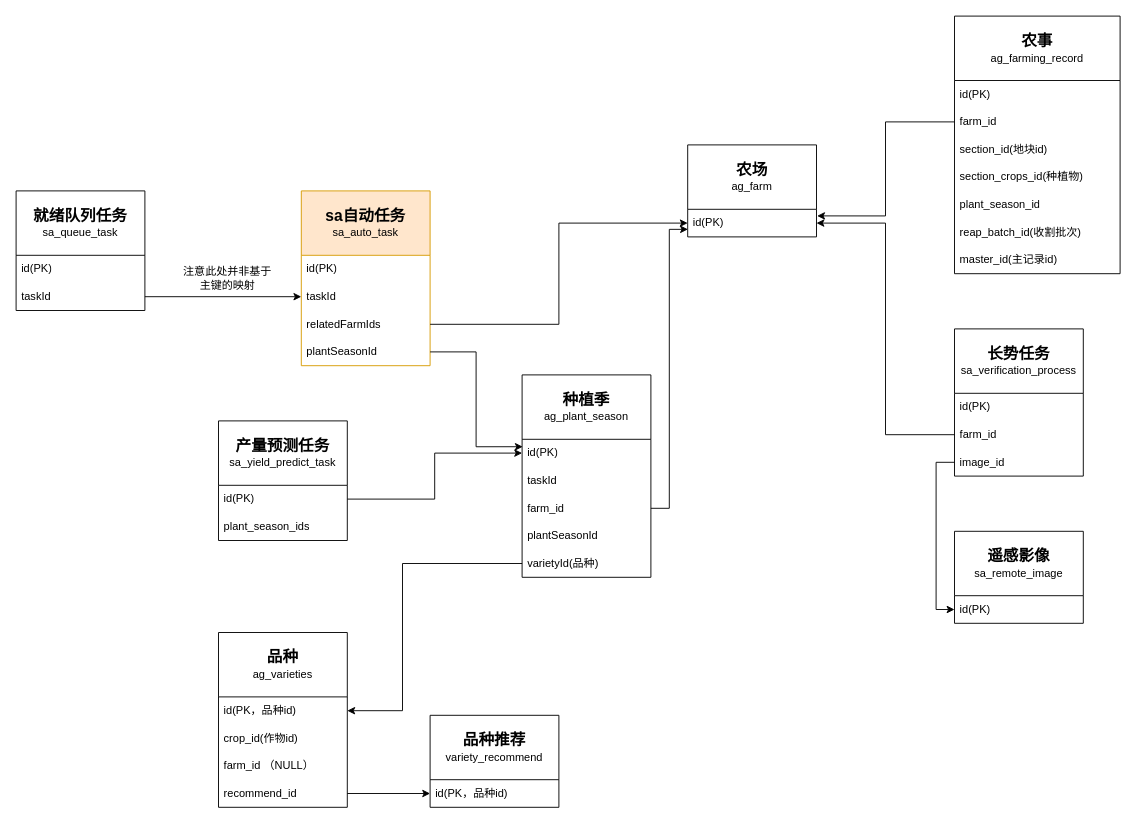
RK-JD/DrawIO keeps this draw.io diagram as 数据库关系.drawio. Above is the earlier version. Source tidied: cells renumbered, new cells numbered last; positions are measured from the earlier drawing's top-left corner, leaving out a move shared by most shapes. Both pictures are drawn from the tidied source at 92%, with x=0, y=0 at pixel (16, 16).
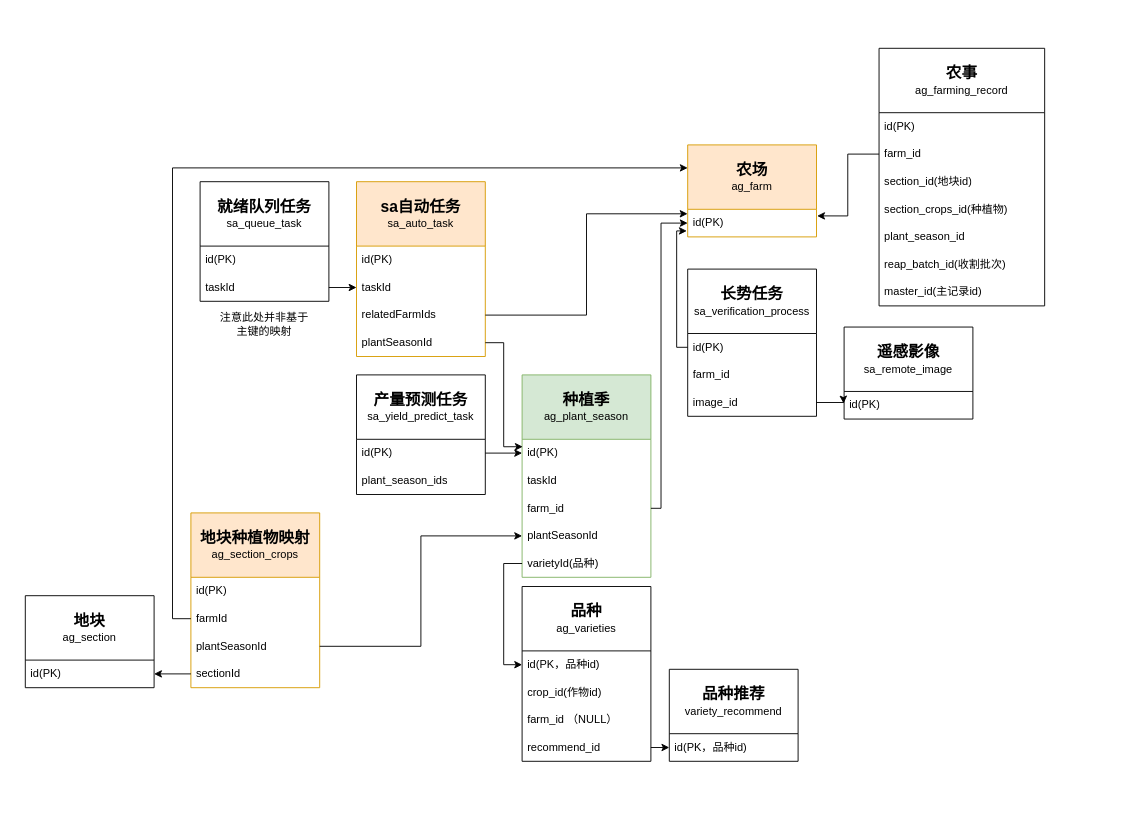
The same page after the edit.

Commit message:
更新数据库关系.drawio

The change refers to these unchanged cells:
```xml
<mxCell id="5" value="relatedFarmId&lt;span style=&quot;background-color: initial;&quot;&gt;s&lt;/span&gt;" style="text;strokeColor=none;fillColor=none;align=left;verticalAlign=middle;spacingLeft=4;spacingRight=4;overflow=hidden;points=[[0,0.5],[1,0.5]];portConstraint=eastwest;whiteSpace=wrap;html=1;" parent="2" vertex="1">
  <mxGeometry y="130" width="140" height="30" as="geometry" />
</mxCell>
<mxCell id="8" value="id(PK)" style="text;strokeColor=none;fillColor=none;align=left;verticalAlign=middle;spacingLeft=4;spacingRight=4;overflow=hidden;points=[[0,0.5],[1,0.5]];portConstraint=eastwest;whiteSpace=wrap;html=1;" parent="7" vertex="1">
  <mxGeometry y="70" width="140" height="30" as="geometry" />
</mxCell>
<mxCell id="24" value="id(PK)" style="text;strokeColor=none;fillColor=none;align=left;verticalAlign=middle;spacingLeft=4;spacingRight=4;overflow=hidden;points=[[0,0.5],[1,0.5]];portConstraint=eastwest;whiteSpace=wrap;html=1;" parent="23" vertex="1">
  <mxGeometry y="70" width="140" height="30" as="geometry" />
</mxCell>
<mxCell id="29" value="farm_id&amp;nbsp;" style="text;strokeColor=none;fillColor=none;align=left;verticalAlign=middle;spacingLeft=4;spacingRight=4;overflow=hidden;points=[[0,0.5],[1,0.5]];portConstraint=eastwest;whiteSpace=wrap;html=1;" parent="26" vertex="1">
  <mxGeometry y="130" width="140" height="30" as="geometry" />
</mxCell>
<mxCell id="30" value="plantSeasonId" style="text;strokeColor=none;fillColor=none;align=left;verticalAlign=middle;spacingLeft=4;spacingRight=4;overflow=hidden;points=[[0,0.5],[1,0.5]];portConstraint=eastwest;whiteSpace=wrap;html=1;" parent="26" vertex="1">
  <mxGeometry y="160" width="140" height="30" as="geometry" />
</mxCell>
<mxCell id="31" value="varietyId(品种)" style="text;strokeColor=none;fillColor=none;align=left;verticalAlign=middle;spacingLeft=4;spacingRight=4;overflow=hidden;points=[[0,0.5],[1,0.5]];portConstraint=eastwest;whiteSpace=wrap;html=1;" parent="26" vertex="1">
  <mxGeometry y="190" width="140" height="30" as="geometry" />
</mxCell>
<mxCell id="35" value="id(PK)" style="text;strokeColor=none;fillColor=none;align=left;verticalAlign=middle;spacingLeft=4;spacingRight=4;overflow=hidden;points=[[0,0.5],[1,0.5]];portConstraint=eastwest;whiteSpace=wrap;html=1;" parent="34" vertex="1">
  <mxGeometry y="70" width="140" height="30" as="geometry" />
</mxCell>
<mxCell id="36" value="farm_id" style="text;strokeColor=none;fillColor=none;align=left;verticalAlign=middle;spacingLeft=4;spacingRight=4;overflow=hidden;points=[[0,0.5],[1,0.5]];portConstraint=eastwest;whiteSpace=wrap;html=1;" parent="34" vertex="1">
  <mxGeometry y="100" width="140" height="30" as="geometry" />
</mxCell>
<mxCell id="37" value="image_id" style="text;strokeColor=none;fillColor=none;align=left;verticalAlign=middle;spacingLeft=4;spacingRight=4;overflow=hidden;points=[[0,0.5],[1,0.5]];portConstraint=eastwest;whiteSpace=wrap;html=1;" parent="34" vertex="1">
  <mxGeometry y="130" width="140" height="30" as="geometry" />
</mxCell>
<mxCell id="45" value="id(PK，品种id)" style="text;strokeColor=none;fillColor=none;align=left;verticalAlign=middle;spacingLeft=4;spacingRight=4;overflow=hidden;points=[[0,0.5],[1,0.5]];portConstraint=eastwest;whiteSpace=wrap;html=1;" parent="44" vertex="1">
  <mxGeometry y="70" width="140" height="30" as="geometry" />
</mxCell>
```

Change to the diagram source:
```diff
@@
     <mxCell id="2" value="&lt;b&gt;&lt;font style=&quot;font-size: 17px;&quot;&gt;sa自动任务&lt;/font&gt;&lt;/b&gt;&lt;div&gt;sa_auto_task&lt;/div&gt;" style="swimlane;fontStyle=0;horizontal=1;startSize=70;whiteSpace=wrap;html=1;fillColor=#ffe6cc;strokeColor=#d79b00;" parent="1" vertex="1">
-      <mxGeometry x="310" y="190" width="140" height="190" as="geometry" />
+      <mxGeometry x="370" y="180" width="140" height="190" as="geometry" />
     </mxCell>
@@
     <mxCell id="7" value="&lt;b&gt;&lt;font style=&quot;font-size: 17px;&quot;&gt;遥感影像&lt;/font&gt;&lt;/b&gt;&lt;div&gt;sa_remote_image&lt;/div&gt;" style="swimlane;fontStyle=0;horizontal=1;startSize=70;whiteSpace=wrap;html=1;" parent="1" vertex="1">
-      <mxGeometry x="1020" y="560" width="140" height="100" as="geometry" />
+      <mxGeometry x="900" y="338" width="140" height="100" as="geometry" />
     </mxCell>
@@
     <mxCell id="9" value="&lt;font style=&quot;font-size: 17px;&quot;&gt;&lt;b&gt;就绪队列任务&lt;/b&gt;&lt;/font&gt;&lt;div&gt;sa_queue_task&lt;/div&gt;" style="swimlane;fontStyle=0;horizontal=1;startSize=70;whiteSpace=wrap;html=1;" parent="1" vertex="1">
-      <mxGeometry y="190" width="140" height="130" as="geometry" />
+      <mxGeometry x="200" y="180" width="140" height="130" as="geometry" />
     </mxCell>
@@
     <mxCell id="12" value="&lt;div&gt;&lt;b&gt;&lt;font style=&quot;font-size: 17px;&quot;&gt;农事&lt;/font&gt;&lt;/b&gt;&lt;/div&gt;&lt;div&gt;&lt;span style=&quot;text-align: left;&quot;&gt;ag_farming_record&lt;/span&gt;&lt;br&gt;&lt;/div&gt;" style="swimlane;fontStyle=0;horizontal=1;startSize=70;whiteSpace=wrap;html=1;" parent="1" vertex="1">
-      <mxGeometry x="1020" width="180" height="280" as="geometry" />
+      <mxGeometry x="938" y="35" width="180" height="280" as="geometry" />
     </mxCell>
@@
     <mxCell id="20" value="&lt;b&gt;&lt;font style=&quot;font-size: 17px;&quot;&gt;产量预测任务&lt;/font&gt;&lt;/b&gt;&lt;div&gt;&lt;span style=&quot;text-align: left;&quot;&gt;sa_yield_predict_task&lt;/span&gt;&lt;br&gt;&lt;/div&gt;" style="swimlane;fontStyle=0;horizontal=1;startSize=70;whiteSpace=wrap;html=1;" parent="1" vertex="1">
-      <mxGeometry x="220" y="440" width="140" height="130" as="geometry" />
+      <mxGeometry x="370" y="390" width="140" height="130" as="geometry" />
     </mxCell>
@@
-    <mxCell id="23" value="&lt;span style=&quot;font-size: 17px;&quot;&gt;&lt;b&gt;农场&lt;/b&gt;&lt;/span&gt;&lt;br&gt;&lt;div&gt;ag_farm&lt;/div&gt;" style="swimlane;fontStyle=0;horizontal=1;startSize=70;whiteSpace=wrap;html=1;" parent="1" vertex="1">
+    <mxCell id="23" value="&lt;span style=&quot;font-size: 17px;&quot;&gt;&lt;b&gt;农场&lt;/b&gt;&lt;/span&gt;&lt;br&gt;&lt;div&gt;ag_farm&lt;/div&gt;" style="swimlane;fontStyle=0;horizontal=1;startSize=70;whiteSpace=wrap;html=1;fillColor=#ffe6cc;strokeColor=#d79b00;" parent="1" vertex="1">
       <mxGeometry x="730" y="140" width="140" height="100" as="geometry" />
     </mxCell>
@@
-    <mxCell id="25" style="edgeStyle=orthogonalEdgeStyle;rounded=0;jettySize=auto;html=1;exitX=1;exitY=0.5;exitDx=0;exitDy=0;entryX=0;entryY=0.5;entryDx=0;entryDy=0;" parent="1" edge="1" source="5" target="24">
+    <mxCell id="25" style="edgeStyle=orthogonalEdgeStyle;rounded=0;jettySize=auto;html=1;exitX=1;exitY=0.5;exitDx=0;exitDy=0;entryX=-0.001;entryY=0.163;entryDx=0;entryDy=0;entryPerimeter=0;" parent="1" edge="1" source="5" target="24">
       <mxGeometry relative="1" as="geometry" />
     </mxCell>
-    <mxCell id="26" value="&lt;span style=&quot;font-size: 17px;&quot;&gt;&lt;b&gt;种植季&lt;/b&gt;&lt;/span&gt;&lt;br&gt;&lt;div&gt;ag_plant_season&lt;br&gt;&lt;/div&gt;" style="swimlane;fontStyle=0;horizontal=1;startSize=70;whiteSpace=wrap;html=1;" parent="1" vertex="1">
+    <mxCell id="26" value="&lt;span style=&quot;font-size: 17px;&quot;&gt;&lt;b&gt;种植季&lt;/b&gt;&lt;/span&gt;&lt;br&gt;&lt;div&gt;ag_plant_season&lt;br&gt;&lt;/div&gt;" style="swimlane;fontStyle=0;horizontal=1;startSize=70;whiteSpace=wrap;html=1;fillColor=#d5e8d4;strokeColor=#82b366;" parent="1" vertex="1">
       <mxGeometry x="550" y="390" width="140" height="220" as="geometry" />
     </mxCell>
@@
-    <mxCell id="33" style="edgeStyle=orthogonalEdgeStyle;rounded=0;jettySize=auto;html=1;exitX=1;exitY=0.5;exitDx=0;exitDy=0;entryX=0.002;entryY=0.726;entryDx=0;entryDy=0;entryPerimeter=0;" parent="1" edge="1" source="29" target="24">
-      <mxGeometry relative="1" as="geometry" />
+    <mxCell id="33" style="edgeStyle=orthogonalEdgeStyle;rounded=0;jettySize=auto;html=1;exitX=1;exitY=0.5;exitDx=0;exitDy=0;entryX=0;entryY=0.5;entryDx=0;entryDy=0;" parent="1" edge="1" source="29" target="24">
+      <mxGeometry relative="1" as="geometry">
+        <Array as="points">
+          <mxPoint x="701" y="535" />
+          <mxPoint x="701" y="225" />
+        </Array>
+      </mxGeometry>
     </mxCell>
     <mxCell id="34" value="&lt;span style=&quot;font-size: 17px;&quot;&gt;&lt;b&gt;长势任务&lt;/b&gt;&lt;/span&gt;&lt;br&gt;&lt;div&gt;&lt;span style=&quot;text-align: left;&quot;&gt;sa_verification_process&lt;/span&gt;&lt;br&gt;&lt;/div&gt;" style="swimlane;fontStyle=0;horizontal=1;startSize=70;whiteSpace=wrap;html=1;" parent="1" vertex="1">
-      <mxGeometry x="1020" y="340" width="140" height="160" as="geometry" />
+      <mxGeometry x="730" y="275" width="140" height="160" as="geometry" />
     </mxCell>
@@
-    <mxCell id="38" style="edgeStyle=orthogonalEdgeStyle;rounded=0;jettySize=auto;html=1;exitX=0;exitY=0.5;exitDx=0;exitDy=0;entryX=0;entryY=0.5;entryDx=0;entryDy=0;" parent="1" edge="1" source="37" target="8">
-      <mxGeometry relative="1" as="geometry" />
-    </mxCell>
@@
     <mxCell id="40" value="注意此处并非基于主键的映射" style="text;html=1;align=center;verticalAlign=middle;whiteSpace=wrap;rounded=0;" parent="1" vertex="1">
-      <mxGeometry x="180" y="270" width="100" height="30" as="geometry" />
+      <mxGeometry x="220" y="320" width="100" height="30" as="geometry" />
     </mxCell>
-    <mxCell id="41" style="edgeStyle=orthogonalEdgeStyle;rounded=0;jettySize=auto;html=1;exitX=0;exitY=0.5;exitDx=0;exitDy=0;entryX=1;entryY=0.5;entryDx=0;entryDy=0;" parent="1" edge="1" source="36" target="24">
-      <mxGeometry relative="1" as="geometry" />
-    </mxCell>
@@
     <mxCell id="44" value="&lt;span style=&quot;font-size: 17px;&quot;&gt;&lt;b&gt;品种&lt;/b&gt;&lt;/span&gt;&lt;br&gt;&lt;div&gt;ag_varieties&lt;br&gt;&lt;/div&gt;" style="swimlane;fontStyle=0;horizontal=1;startSize=70;whiteSpace=wrap;html=1;" parent="1" vertex="1">
-      <mxGeometry x="220" y="670" width="140" height="190" as="geometry" />
+      <mxGeometry x="550" y="620" width="140" height="190" as="geometry" />
     </mxCell>
@@
-    <mxCell id="49" style="edgeStyle=orthogonalEdgeStyle;rounded=0;jettySize=auto;html=1;exitX=0;exitY=0.5;exitDx=0;exitDy=0;entryX=1;entryY=0.5;entryDx=0;entryDy=0;" parent="1" edge="1" source="31" target="45">
-      <mxGeometry relative="1" as="geometry">
-        <Array as="points">
-          <mxPoint x="420" y="595" />
-          <mxPoint x="420" y="755" />
-        </Array>
-      </mxGeometry>
-    </mxCell>
     <mxCell id="50" value="&lt;span style=&quot;font-size: 17px;&quot;&gt;&lt;b&gt;品种推荐&lt;/b&gt;&lt;/span&gt;&lt;br&gt;&lt;div&gt;variety_&lt;span style=&quot;background-color: initial;&quot;&gt;reco&lt;/span&gt;&lt;span style=&quot;text-align: left; background-color: initial;&quot;&gt;m&lt;/span&gt;&lt;span style=&quot;text-align: left; background-color: initial;&quot;&gt;mend&lt;/span&gt;&lt;br&gt;&lt;/div&gt;" style="swimlane;fontStyle=0;horizontal=1;startSize=70;whiteSpace=wrap;html=1;" parent="1" vertex="1">
-      <mxGeometry x="450" y="760" width="140" height="100" as="geometry" />
+      <mxGeometry x="710" y="710" width="140" height="100" as="geometry" />
     </mxCell>
@@
+    <mxCell id="53" value="&lt;span style=&quot;font-size: 17px;&quot;&gt;&lt;b&gt;地块种植物映射&lt;/b&gt;&lt;/span&gt;&lt;br&gt;&lt;div&gt;ag_section_crops&lt;/div&gt;" style="swimlane;fontStyle=0;horizontal=1;startSize=70;whiteSpace=wrap;html=1;fillColor=#ffe6cc;strokeColor=#d79b00;" parent="1" vertex="1">
+      <mxGeometry x="190" y="540" width="140" height="190" as="geometry" />
+    </mxCell>
+    <mxCell id="54" value="id(PK)" style="text;strokeColor=none;fillColor=none;align=left;verticalAlign=middle;spacingLeft=4;spacingRight=4;overflow=hidden;whiteSpace=wrap;html=1;" parent="53" vertex="1">
+      <mxGeometry y="70" width="140" height="30" as="geometry" />
+    </mxCell>
+    <mxCell id="55" value="farmId" style="text;strokeColor=none;fillColor=none;align=left;verticalAlign=middle;spacingLeft=4;spacingRight=4;overflow=hidden;points=[[0,0.5],[1,0.5]];portConstraint=eastwest;whiteSpace=wrap;html=1;" parent="53" vertex="1">
+      <mxGeometry y="100" width="140" height="30" as="geometry" />
+    </mxCell>
+    <mxCell id="56" value="plantSeasonId" style="text;strokeColor=none;fillColor=none;align=left;verticalAlign=middle;spacingLeft=4;spacingRight=4;overflow=hidden;points=[[0,0.5],[1,0.5]];portConstraint=eastwest;whiteSpace=wrap;html=1;" parent="53" vertex="1">
+      <mxGeometry y="130" width="140" height="30" as="geometry" />
+    </mxCell>
+    <mxCell id="57" value="sectionId" style="text;strokeColor=none;fillColor=none;align=left;verticalAlign=middle;spacingLeft=4;spacingRight=4;overflow=hidden;points=[[0,0.5],[1,0.5]];portConstraint=eastwest;whiteSpace=wrap;html=1;" parent="53" vertex="1">
+      <mxGeometry y="160" width="140" height="30" as="geometry" />
+    </mxCell>
+    <mxCell id="49" style="edgeStyle=orthogonalEdgeStyle;rounded=0;jettySize=auto;html=1;exitX=0;exitY=0.5;exitDx=0;exitDy=0;entryX=0;entryY=0.5;entryDx=0;entryDy=0;" parent="1" edge="1" source="31" target="45">
+      <mxGeometry relative="1" as="geometry" />
+    </mxCell>
+    <mxCell id="58" style="edgeStyle=orthogonalEdgeStyle;rounded=0;jettySize=auto;html=1;exitX=0;exitY=0.5;exitDx=0;exitDy=0;entryX=0;entryY=0.25;entryDx=0;entryDy=0;" parent="1" edge="1" source="55" target="23">
+      <mxGeometry relative="1" as="geometry" />
+    </mxCell>
+    <mxCell id="59" style="edgeStyle=orthogonalEdgeStyle;rounded=0;jettySize=auto;html=1;exitX=1;exitY=0.5;exitDx=0;exitDy=0;entryX=0;entryY=0.5;entryDx=0;entryDy=0;" parent="1" edge="1" source="56" target="30">
+      <mxGeometry relative="1" as="geometry" />
+    </mxCell>
+    <mxCell id="60" value="&lt;span style=&quot;font-size: 17px;&quot;&gt;&lt;b&gt;地块&lt;/b&gt;&lt;/span&gt;&lt;br&gt;&lt;div&gt;ag_section&lt;/div&gt;" style="swimlane;fontStyle=0;horizontal=1;startSize=70;whiteSpace=wrap;html=1;" parent="1" vertex="1">
+      <mxGeometry x="10" y="630" width="140" height="100" as="geometry" />
+    </mxCell>
+    <mxCell id="61" value="id(PK)" style="text;strokeColor=none;fillColor=none;align=left;verticalAlign=middle;spacingLeft=4;spacingRight=4;overflow=hidden;points=[[0,0.5],[1,0.5]];portConstraint=eastwest;whiteSpace=wrap;html=1;" parent="60" vertex="1">
+      <mxGeometry y="70" width="140" height="30" as="geometry" />
+    </mxCell>
+    <mxCell id="62" style="edgeStyle=orthogonalEdgeStyle;rounded=0;jettySize=auto;html=1;exitX=0;exitY=0.5;exitDx=0;exitDy=0;entryX=1;entryY=0.5;entryDx=0;entryDy=0;" parent="1" edge="1" source="57" target="61">
+      <mxGeometry relative="1" as="geometry" />
+    </mxCell>
+    <mxCell id="38" style="edgeStyle=orthogonalEdgeStyle;rounded=0;jettySize=auto;html=1;exitX=1;exitY=0.5;exitDx=0;exitDy=0;entryX=-0.004;entryY=0.435;entryDx=0;entryDy=0;entryPerimeter=0;" parent="1" edge="1" source="37" target="8">
+      <mxGeometry relative="1" as="geometry" />
+    </mxCell>
+    <mxCell id="63" style="edgeStyle=orthogonalEdgeStyle;rounded=0;jettySize=auto;html=1;exitX=0;exitY=0.5;exitDx=0;exitDy=0;entryX=-0.007;entryY=0.783;entryDx=0;entryDy=0;entryPerimeter=0;" parent="1" edge="1" source="35" target="24">
+      <mxGeometry relative="1" as="geometry">
+        <Array as="points">
+          <mxPoint x="718" y="360" />
+          <mxPoint x="718" y="233" />
+        </Array>
+      </mxGeometry>
+    </mxCell>
```
